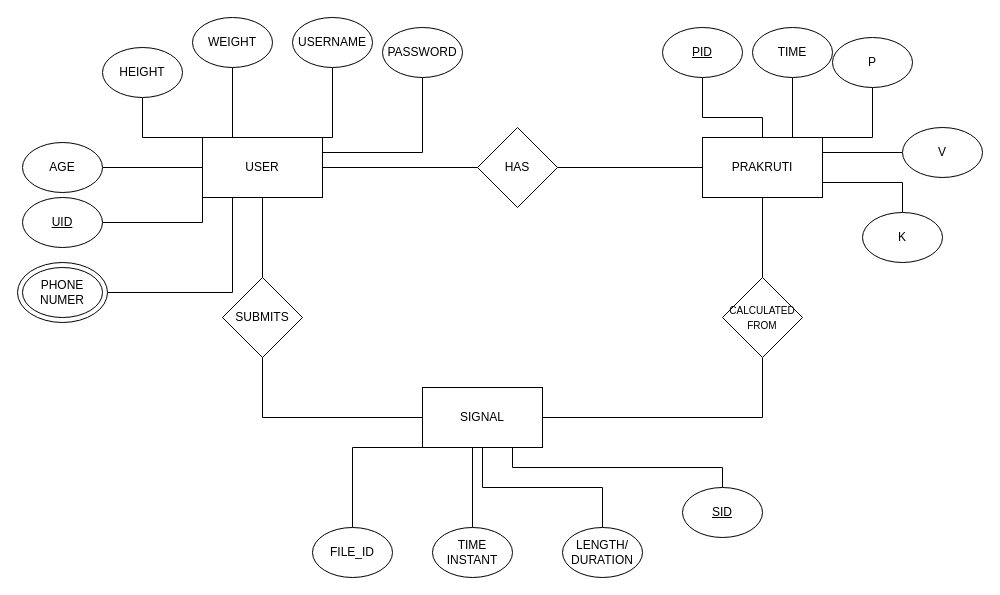
MohitBurkule/nadi keeps this draw.io diagram as page "ER diagram" (2 of 8) of nadi.drawio. Above is the earlier version. Source tidied: cells renumbered, new cells numbered last; positions are measured from the earlier drawing's top-left corner, leaving out a move shared by most shapes. Both pictures are drawn from the tidied source at 100%, with x=0, y=0 at pixel (17, 17).
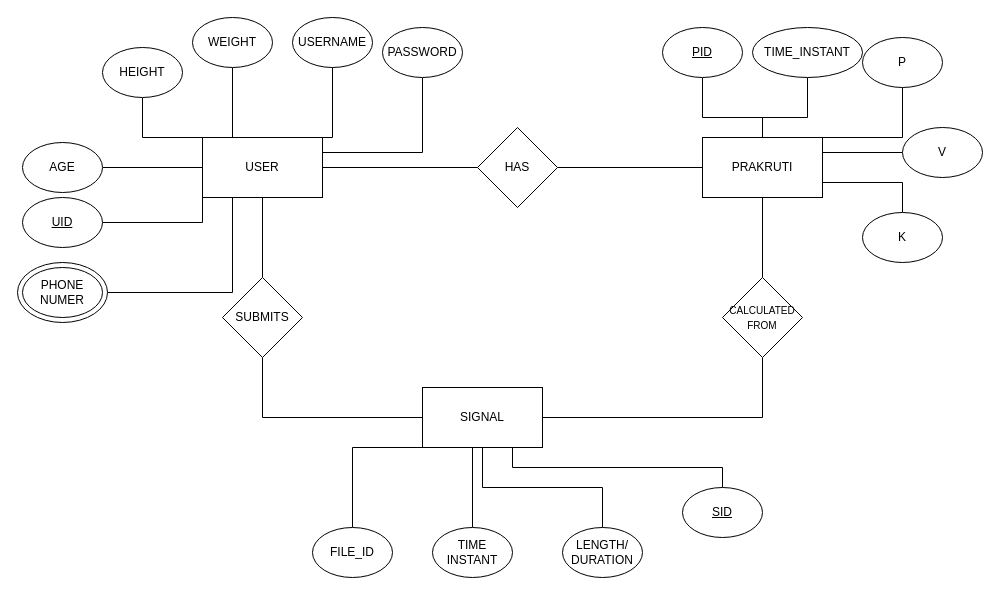
The same diagram, later.

The change refers to these unchanged cells:
```xml
<mxCell id="16" value="PRAKRUTI" style="rounded=0;whiteSpace=wrap;html=1;" parent="1" vertex="1">
  <mxGeometry x="685" y="120" width="120" height="60" as="geometry" />
</mxCell>
```

Diff of the diagram source:
```diff
@@
-    <mxCell id="12" style="edgeStyle=orthogonalEdgeStyle;rounded=0;jettySize=auto;html=1;exitX=0.75;exitY=0;exitDx=0;exitDy=0;entryX=0.5;entryY=1;entryDx=0;entryDy=0;endArrow=none;endFill=0;" parent="1" edge="1" source="16" target="36">
-      <mxGeometry relative="1" as="geometry" />
+    <mxCell id="12" style="edgeStyle=orthogonalEdgeStyle;rounded=0;jettySize=auto;html=1;exitX=0.5;exitY=0;exitDx=0;exitDy=0;entryX=0.5;entryY=1;entryDx=0;entryDy=0;endArrow=none;endFill=0;" parent="1" edge="1" source="16" target="36">
+      <mxGeometry relative="1" as="geometry">
+        <Array as="points">
+          <mxPoint x="745" y="100" />
+          <mxPoint x="790" y="100" />
+        </Array>
+      </mxGeometry>
     </mxCell>
-    <mxCell id="13" style="edgeStyle=orthogonalEdgeStyle;rounded=0;jettySize=auto;html=1;exitX=0.5;exitY=0;exitDx=0;exitDy=0;endArrow=none;endFill=0;" parent="1" edge="1" source="16" target="37">
+    <mxCell id="13" style="edgeStyle=orthogonalEdgeStyle;rounded=0;jettySize=auto;html=1;exitX=0.5;exitY=0;exitDx=0;exitDy=0;endArrow=none;endFill=0;entryX=0.5;entryY=1;entryDx=0;entryDy=0;" parent="1" edge="1" source="16" target="37">
       <mxGeometry relative="1" as="geometry">
         <Array as="points">
-          <mxPoint x="855" y="120" />
+          <mxPoint x="885" y="120" />
         </Array>
       </mxGeometry>
     </mxCell>
@@
-    <mxCell id="36" value="TIME" style="ellipse;whiteSpace=wrap;html=1;" parent="1" vertex="1">
-      <mxGeometry x="735" y="10" width="80" height="50" as="geometry" />
+    <mxCell id="36" value="TIME_INSTANT" style="ellipse;whiteSpace=wrap;html=1;" parent="1" vertex="1">
+      <mxGeometry x="735" y="10" width="110" height="50" as="geometry" />
     </mxCell>
     <mxCell id="37" value="P" style="ellipse;whiteSpace=wrap;html=1;" parent="1" vertex="1">
-      <mxGeometry x="815" y="20" width="80" height="50" as="geometry" />
+      <mxGeometry x="845" y="20" width="80" height="50" as="geometry" />
     </mxCell>
```
